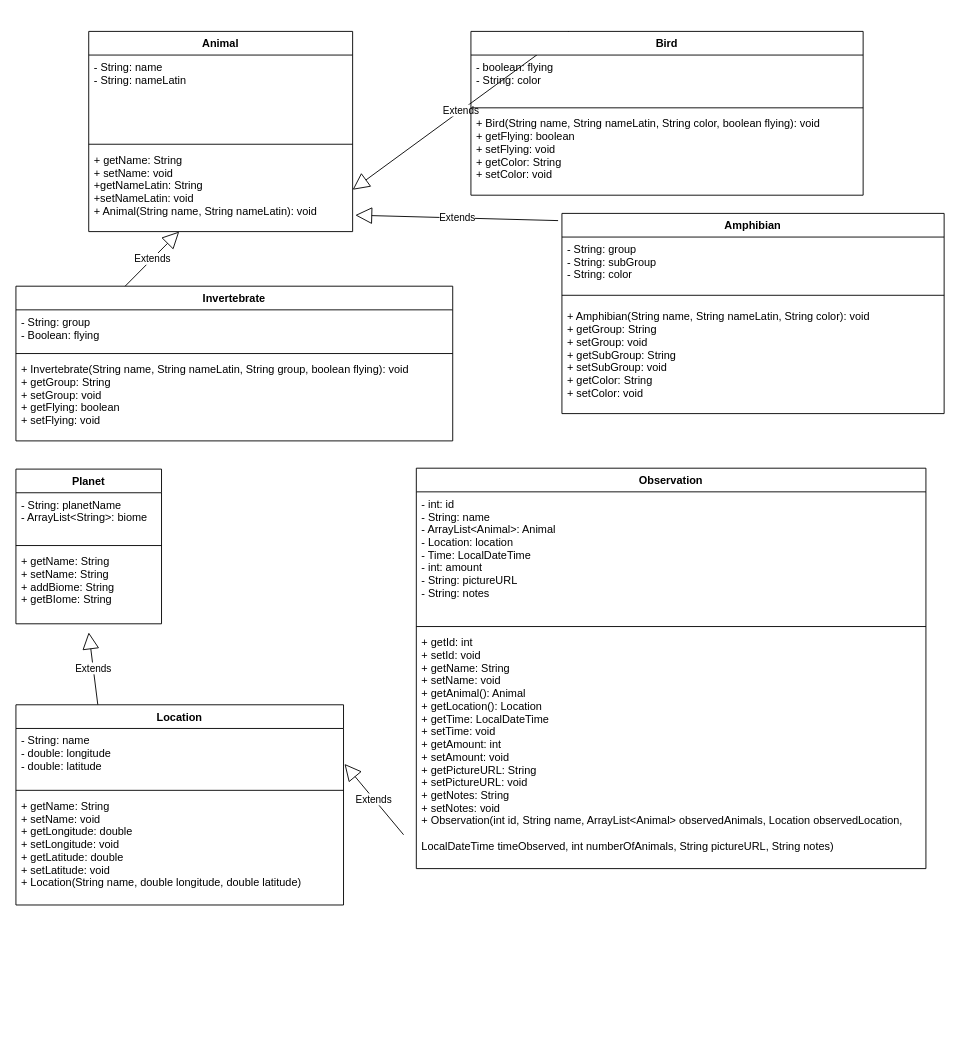
The draw.io diagram Untitled Diagram.drawio in ramibakir/MapOfLife, before the edit. Source tidied: cells renumbered, new cells numbered last; positions are measured from the earlier drawing's top-left corner, leaving out a move shared by most shapes. Both pictures are drawn from the tidied source at 91%, with x=0, y=0 at pixel (15, 31).
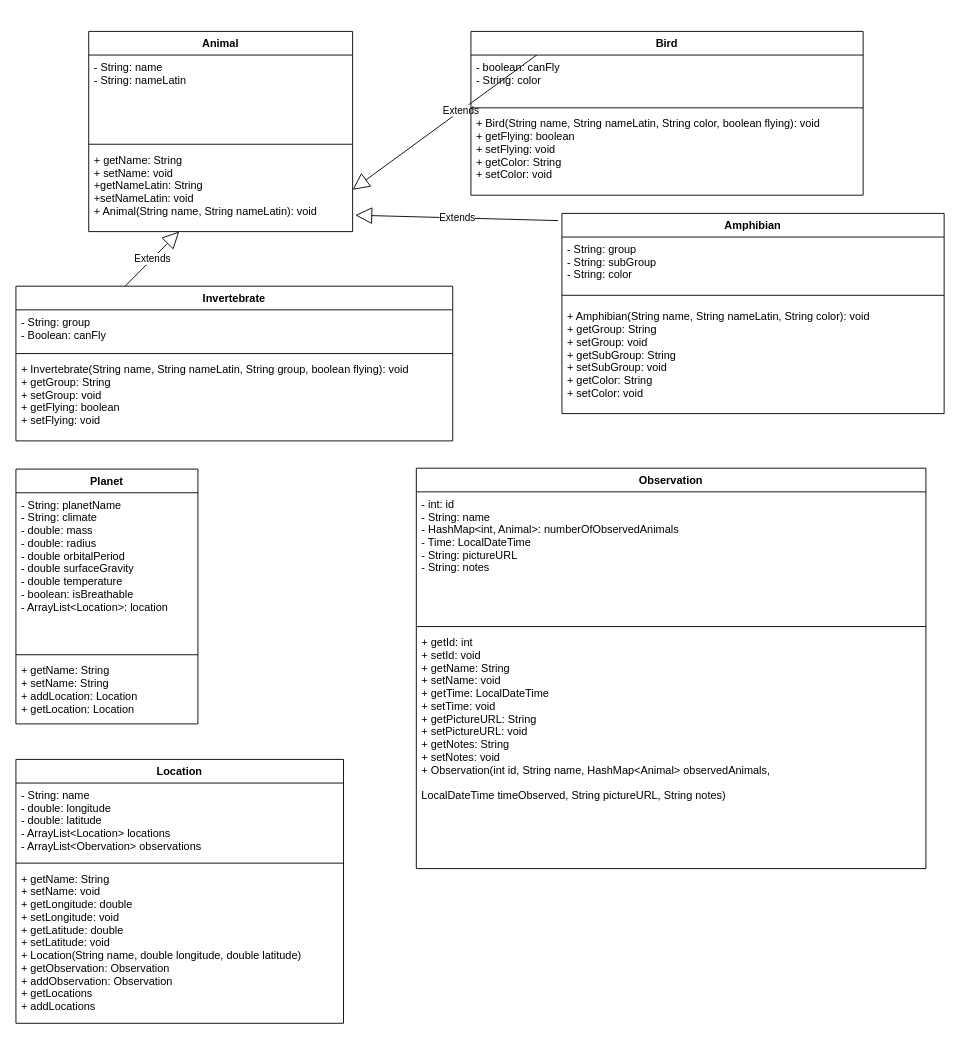
Above is the later version.

The change refers to these unchanged cells:
```xml
<mxCell id="6" value="Invertebrate" style="swimlane;fontStyle=1;align=center;verticalAlign=top;horizontal=1;startSize=26;" parent="1" vertex="1">
  <mxGeometry y="280" width="480" height="170" as="geometry" />
</mxCell>
<mxCell id="13" value="Bird" style="swimlane;fontStyle=1;align=center;verticalAlign=top;horizontal=1;startSize=26;" parent="1" vertex="1">
  <mxGeometry x="500" width="431" height="180" as="geometry" />
</mxCell>
<mxCell id="26" value="Observation" style="swimlane;fontStyle=1;align=center;verticalAlign=top;horizontal=1;startSize=26;" parent="1" vertex="1">
  <mxGeometry x="440" y="480" width="560" height="440" as="geometry" />
</mxCell>
```

The edit, as a diff of the source:
```diff
@@
-    <mxCell id="7" value="- String: group&#10;- Boolean: flying&#10;" style="text;strokeColor=none;fillColor=none;align=left;verticalAlign=top;spacingLeft=4;spacingRight=4;overflow=hidden;" parent="6" vertex="1">
+    <mxCell id="7" value="- String: group&#10;- Boolean: canFly&#10;" style="text;strokeColor=none;fillColor=none;align=left;verticalAlign=top;spacingLeft=4;spacingRight=4;overflow=hidden;" parent="6" vertex="1">
       <mxGeometry y="26" width="480" height="44" as="geometry" />
     </mxCell>
@@
-    <mxCell id="14" value="- boolean: flying&#10;- String: color&#10;" style="text;strokeColor=none;fillColor=none;align=left;verticalAlign=top;spacingLeft=4;spacingRight=4;overflow=hidden;" parent="13" vertex="1">
+    <mxCell id="14" value="- boolean: canFly&#10;- String: color&#10;" style="text;strokeColor=none;fillColor=none;align=left;verticalAlign=top;spacingLeft=4;spacingRight=4;overflow=hidden;" parent="13" vertex="1">
       <mxGeometry y="26" width="431" height="54" as="geometry" />
     </mxCell>
@@
     <mxCell id="21" value="Planet" style="swimlane;fontStyle=1;align=center;verticalAlign=top;horizontal=1;startSize=26;" parent="1" vertex="1">
-      <mxGeometry y="481" width="160" height="170" as="geometry" />
+      <mxGeometry y="481" width="200" height="280" as="geometry" />
     </mxCell>
-    <mxCell id="22" value="- String: planetName&#10;- ArrayList&lt;String&gt;: biome&#10;&#10;" style="text;strokeColor=none;fillColor=none;align=left;verticalAlign=top;spacingLeft=4;spacingRight=4;overflow=hidden;" parent="21" vertex="1">
-      <mxGeometry y="26" width="160" height="54" as="geometry" />
+    <mxCell id="22" value="- String: planetName&#10;- String: climate&#10;- double: mass&#10;- double: radius&#10;- double orbitalPeriod&#10;- double surfaceGravity&#10;- double temperature&#10;- boolean: isBreathable&#10;- ArrayList&lt;Location&gt;: location&#10;&#10;" style="text;strokeColor=none;fillColor=none;align=left;verticalAlign=top;spacingLeft=4;spacingRight=4;overflow=hidden;" parent="21" vertex="1">
+      <mxGeometry y="26" width="200" height="174" as="geometry" />
     </mxCell>
     <mxCell id="23" style="line;strokeWidth=1;fillColor=none;align=left;verticalAlign=middle;spacingTop=-1;spacingLeft=3;spacingRight=3;labelPosition=right;" parent="21" vertex="1">
-      <mxGeometry y="80" width="160" height="8" as="geometry" />
+      <mxGeometry y="200" width="200" height="8" as="geometry" />
     </mxCell>
-    <mxCell id="24" value="+ getName: String&#10;+ setName: String&#10;+ addBiome: String&#10;+ getBIome: String&#10;" style="text;strokeColor=none;fillColor=none;align=left;verticalAlign=top;spacingLeft=4;spacingRight=4;overflow=hidden;points=[[0,0.5],[1,0.5]];portConstraint=eastwest;" parent="21" vertex="1">
-      <mxGeometry y="88" width="160" height="82" as="geometry" />
+    <mxCell id="24" value="+ getName: String&#10;+ setName: String&#10;+ addLocation: Location&#10;+ getLocation: Location&#10;" style="text;strokeColor=none;fillColor=none;align=left;verticalAlign=top;spacingLeft=4;spacingRight=4;overflow=hidden;points=[[0,0.5],[1,0.5]];portConstraint=eastwest;" parent="21" vertex="1">
+      <mxGeometry y="208" width="200" height="72" as="geometry" />
     </mxCell>
-    <mxCell id="25" value="Extends" style="endArrow=block;endSize=16;endFill=0;html=1;exitX=0.25;exitY=0;exitDx=0;exitDy=0;entryX=0.5;entryY=1.115;entryDx=0;entryDy=0;entryPerimeter=0;" parent="1" edge="1" source="31" target="24">
-      <mxGeometry relative="1" as="geometry" />
-    </mxCell>
@@
-    <mxCell id="27" value="- int: id&#10;- String: name&#10;- ArrayList&lt;Animal&gt;: Animal&#10;- Location: location&#10;- Time: LocalDateTime&#10;- int: amount&#10;- String: pictureURL&#10;- String: notes&#10;&#10;" style="text;strokeColor=none;fillColor=none;align=left;verticalAlign=top;spacingLeft=4;spacingRight=4;overflow=hidden;" parent="26" vertex="1">
+    <mxCell id="27" value="- int: id&#10;- String: name&#10;- HashMap&lt;int, Animal&gt;: numberOfObservedAnimals&#10;- Time: LocalDateTime&#10;- String: pictureURL&#10;- String: notes&#10;&#10;" style="text;strokeColor=none;fillColor=none;align=left;verticalAlign=top;spacingLeft=4;spacingRight=4;overflow=hidden;" parent="26" vertex="1">
       <mxGeometry y="26" width="560" height="144" as="geometry" />
     </mxCell>
@@
-    <mxCell id="29" value="+ getId: int&#10;+ setId: void&#10;+ getName: String&#10;+ setName: void&#10;+ getAnimal(): Animal&#10;+ getLocation(): Location&#10;+ getTime: LocalDateTime&#10;+ setTime: void&#10;+ getAmount: int&#10;+ setAmount: void&#10;+ getPictureURL: String&#10;+ setPictureURL: void&#10;+ getNotes: String&#10;+ setNotes: void&#10;+ Observation(int id, String name, ArrayList&lt;Animal&gt; observedAnimals, Location observedLocation, &#10;&#10;LocalDateTime timeObserved, int numberOfAnimals, String pictureURL, String notes)&#10;&#10;" style="text;strokeColor=none;fillColor=none;align=left;verticalAlign=top;spacingLeft=4;spacingRight=4;overflow=hidden;points=[[0,0.5],[1,0.5]];portConstraint=eastwest;" parent="26" vertex="1">
+    <mxCell id="29" value="+ getId: int&#10;+ setId: void&#10;+ getName: String&#10;+ setName: void&#10;+ getTime: LocalDateTime&#10;+ setTime: void&#10;+ getPictureURL: String&#10;+ setPictureURL: void&#10;+ getNotes: String&#10;+ setNotes: void&#10;+ Observation(int id, String name, HashMap&lt;Animal&gt; observedAnimals, &#10;&#10;LocalDateTime timeObserved, String pictureURL, String notes)&#10;&#10;" style="text;strokeColor=none;fillColor=none;align=left;verticalAlign=top;spacingLeft=4;spacingRight=4;overflow=hidden;points=[[0,0.5],[1,0.5]];portConstraint=eastwest;" parent="26" vertex="1">
       <mxGeometry y="178" width="560" height="262" as="geometry" />
     </mxCell>
-    <mxCell id="30" value="Extends" style="endArrow=block;endSize=16;endFill=0;html=1;entryX=1.003;entryY=0.609;entryDx=0;entryDy=0;exitX=-0.025;exitY=0.858;exitDx=0;exitDy=0;exitPerimeter=0;entryPerimeter=0;" parent="1" edge="1" source="29" target="32">
-      <mxGeometry relative="1" as="geometry" />
-    </mxCell>
     <mxCell id="31" value="Location" style="swimlane;fontStyle=1;align=center;verticalAlign=top;horizontal=1;startSize=26;" parent="1" vertex="1">
-      <mxGeometry y="740" width="360" height="220" as="geometry" />
+      <mxGeometry y="800" width="360" height="290" as="geometry" />
     </mxCell>
-    <mxCell id="32" value="- String: name&#10;- double: longitude&#10;- double: latitude" style="text;strokeColor=none;fillColor=none;align=left;verticalAlign=top;spacingLeft=4;spacingRight=4;overflow=hidden;points=[[0,0.5],[1,0.5]];portConstraint=eastwest;" parent="31" vertex="1">
-      <mxGeometry y="26" width="360" height="64" as="geometry" />
+    <mxCell id="32" value="- String: name&#10;- double: longitude&#10;- double: latitude&#10;- ArrayList&lt;Location&gt; locations&#10;- ArrayList&lt;Obervation&gt; observations&#10;" style="text;strokeColor=none;fillColor=none;align=left;verticalAlign=top;spacingLeft=4;spacingRight=4;overflow=hidden;points=[[0,0.5],[1,0.5]];portConstraint=eastwest;" parent="31" vertex="1">
+      <mxGeometry y="26" width="360" height="84" as="geometry" />
     </mxCell>
     <mxCell id="33" style="line;strokeWidth=1;fillColor=none;align=left;verticalAlign=middle;spacingTop=-1;spacingLeft=3;spacingRight=3;labelPosition=right;" parent="31" vertex="1">
-      <mxGeometry y="90" width="360" height="8" as="geometry" />
+      <mxGeometry y="110" width="360" height="8" as="geometry" />
     </mxCell>
-    <mxCell id="34" value="+ getName: String&#10;+ setName: void&#10;+ getLongitude: double&#10;+ setLongitude: void&#10;+ getLatitude: double&#10;+ setLatitude: void&#10;+ Location(String name, double longitude, double latitude)&#10;" style="text;strokeColor=none;fillColor=none;align=left;verticalAlign=top;spacingLeft=4;spacingRight=4;overflow=hidden;" parent="31" vertex="1">
-      <mxGeometry y="98" width="360" height="122" as="geometry" />
+    <mxCell id="34" value="+ getName: String&#10;+ setName: void&#10;+ getLongitude: double&#10;+ setLongitude: void&#10;+ getLatitude: double&#10;+ setLatitude: void&#10;+ Location(String name, double longitude, double latitude)&#10;+ getObservation: Observation&#10;+ addObservation: Observation&#10;+ getLocations&#10;+ addLocations&#10;&#10;&#10;" style="text;strokeColor=none;fillColor=none;align=left;verticalAlign=top;spacingLeft=4;spacingRight=4;overflow=hidden;" parent="31" vertex="1">
+      <mxGeometry y="118" width="360" height="172" as="geometry" />
     </mxCell>
```
